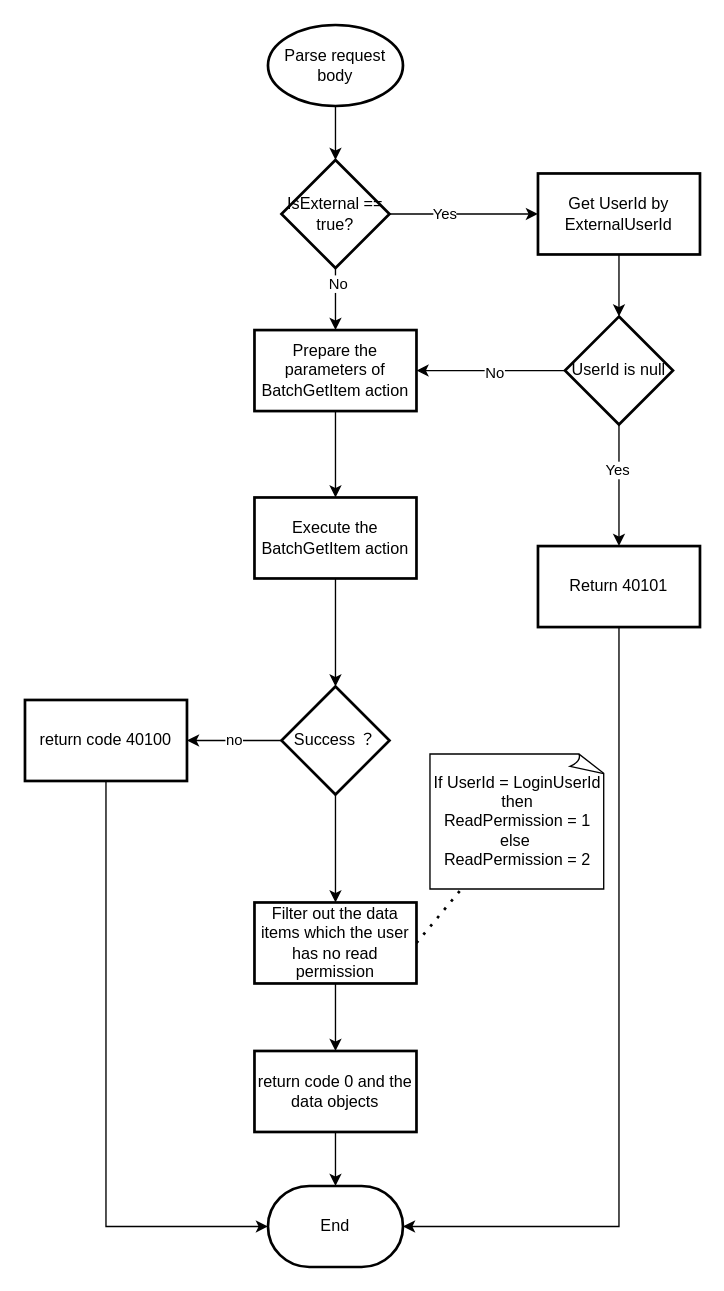
This is page "ReadObjects" (5 of 8) of save_data.drawio from yaohuiwu/SimpleFS, a draw.io file, before an edit. Source tidied: cells renumbered, new cells numbered last; positions are measured from the earlier drawing's top-left corner, leaving out a move shared by most shapes. Both pictures are drawn from the tidied source at 135%, with x=0, y=0 at pixel (24, 24).
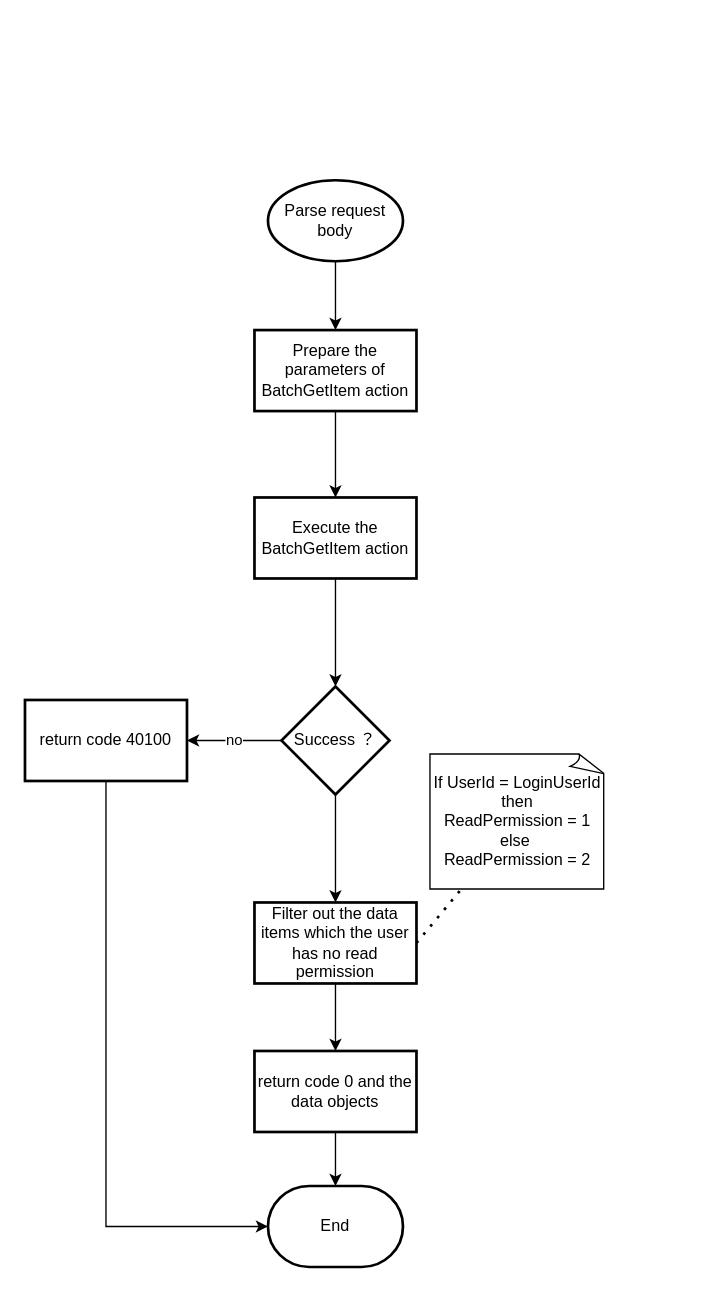
Above is the later version.

Unchanged cells that the change refers to:
```xml
<mxCell id="5" value="Prepare the parameters of BatchGetItem&amp;nbsp;action" style="whiteSpace=wrap;html=1;strokeWidth=2;" parent="1" vertex="1">
  <mxGeometry x="170" y="226" width="120" height="60" as="geometry" />
</mxCell>
<mxCell id="15" value="End" style="strokeWidth=2;html=1;shape=mxgraph.flowchart.terminator;whiteSpace=wrap;" parent="1" vertex="1">
  <mxGeometry x="180" y="860" width="100" height="60" as="geometry" />
</mxCell>
```

The edit, as a diff of the source:
```diff
@@
-    <mxCell id="2" style="edgeStyle=orthogonalEdgeStyle;rounded=0;jettySize=auto;html=1;" parent="1" edge="1" source="3" target="20">
+    <mxCell id="2" style="edgeStyle=orthogonalEdgeStyle;rounded=0;jettySize=auto;html=1;entryX=0.5;entryY=0;entryDx=0;entryDy=0;" parent="1" edge="1" source="3" target="5">
       <mxGeometry relative="1" as="geometry" />
     </mxCell>
     <mxCell id="3" value="Parse request body" style="strokeWidth=2;html=1;shape=mxgraph.flowchart.start_1;whiteSpace=wrap;" parent="1" vertex="1">
-      <mxGeometry x="180" width="100" height="60" as="geometry" />
+      <mxGeometry x="180" y="115" width="100" height="60" as="geometry" />
     </mxCell>
@@
-    <mxCell id="16" style="edgeStyle=orthogonalEdgeStyle;rounded=0;jettySize=auto;html=1;" parent="1" edge="1" source="20" target="5">
-      <mxGeometry relative="1" as="geometry" />
-    </mxCell>
-    <mxCell id="17" value="No" style="edgeLabel;html=1;align=center;verticalAlign=middle;" parent="16" vertex="1">
-      <mxGeometry x="-0.52" y="1" relative="1" as="geometry" />
-    </mxCell>
-    <mxCell id="18" style="edgeStyle=orthogonalEdgeStyle;rounded=0;jettySize=auto;html=1;" parent="1" edge="1" source="20" target="22">
-      <mxGeometry relative="1" as="geometry" />
-    </mxCell>
-    <mxCell id="19" value="Yes" style="edgeLabel;html=1;align=center;verticalAlign=middle;" parent="18" vertex="1">
-      <mxGeometry x="-0.27" y="1" relative="1" as="geometry" />
-    </mxCell>
-    <mxCell id="20" value="IsExternal == true?" style="strokeWidth=2;html=1;shape=mxgraph.flowchart.decision;whiteSpace=wrap;" parent="1" vertex="1">
-      <mxGeometry x="190" y="100" width="80" height="80" as="geometry" />
-    </mxCell>
-    <mxCell id="21" style="edgeStyle=orthogonalEdgeStyle;rounded=0;jettySize=auto;html=1;" parent="1" edge="1" source="22" target="27">
-      <mxGeometry relative="1" as="geometry" />
-    </mxCell>
-    <mxCell id="22" value="Get UserId by ExternalUserId" style="whiteSpace=wrap;html=1;strokeWidth=2;" parent="1" vertex="1">
-      <mxGeometry x="380" y="110" width="120" height="60" as="geometry" />
-    </mxCell>
-    <mxCell id="23" style="edgeStyle=orthogonalEdgeStyle;rounded=0;jettySize=auto;html=1;" parent="1" edge="1" source="27" target="5">
-      <mxGeometry relative="1" as="geometry" />
-    </mxCell>
-    <mxCell id="24" value="No" style="edgeLabel;html=1;align=center;verticalAlign=middle;" parent="23" vertex="1">
-      <mxGeometry x="-0.03" y="1" relative="1" as="geometry" />
-    </mxCell>
-    <mxCell id="25" style="edgeStyle=orthogonalEdgeStyle;rounded=0;jettySize=auto;html=1;" parent="1" edge="1" source="27" target="29">
-      <mxGeometry relative="1" as="geometry" />
-    </mxCell>
-    <mxCell id="26" value="Yes" style="edgeLabel;html=1;align=center;verticalAlign=middle;" parent="25" vertex="1">
-      <mxGeometry x="-0.27" y="-2" relative="1" as="geometry" />
-    </mxCell>
-    <mxCell id="27" value="UserId is null" style="rhombus;whiteSpace=wrap;html=1;strokeWidth=2;" parent="1" vertex="1">
-      <mxGeometry x="400" y="216" width="80" height="80" as="geometry" />
-    </mxCell>
-    <mxCell id="28" style="edgeStyle=orthogonalEdgeStyle;rounded=0;jettySize=auto;html=1;entryX=1;entryY=0.5;entryDx=0;entryDy=0;entryPerimeter=0;" parent="1" edge="1" source="29" target="15">
-      <mxGeometry relative="1" as="geometry">
-        <Array as="points">
-          <mxPoint x="440" y="890" />
-        </Array>
-      </mxGeometry>
-    </mxCell>
-    <mxCell id="29" value="Return 40101" style="whiteSpace=wrap;html=1;strokeWidth=2;" parent="1" vertex="1">
-      <mxGeometry x="380" y="386" width="120" height="60" as="geometry" />
-    </mxCell>
```
